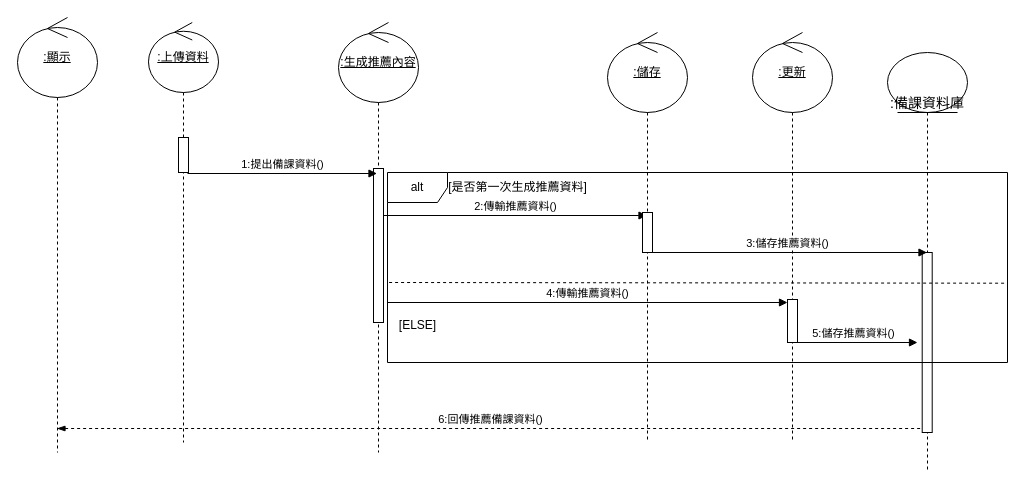
Above: page "老師身分" (1 of 2) of 循序圖(建議資料).drawio in Kevincheng0804/System-analysis (draw.io), before the change. Source tidied: cells renumbered, new cells numbered last; positions are measured from the earlier drawing's top-left corner, leaving out a move shared by most shapes. Both pictures are drawn from the tidied source at 100%, with x=0, y=0 at pixel (17, 17).
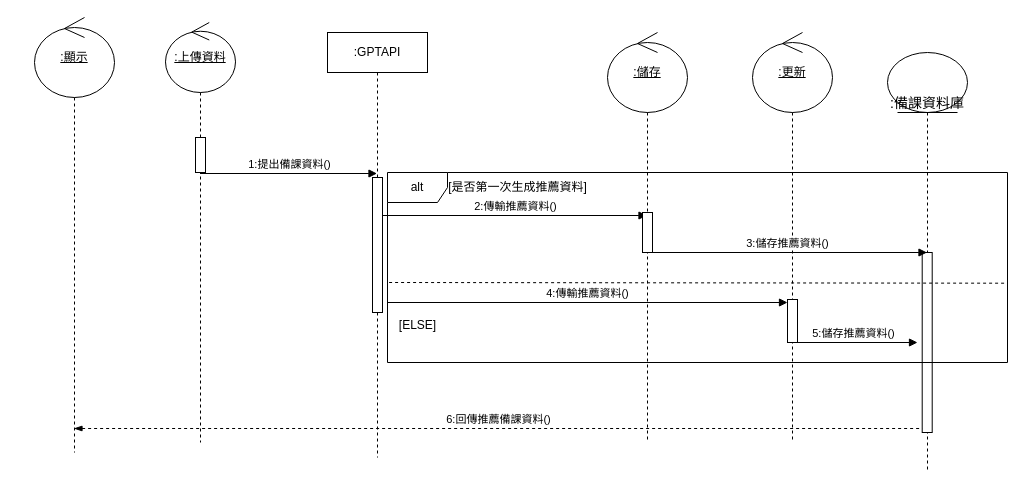
Above is the later version.

Change to the diagram source:
```diff
@@
     <mxCell id="2" value="&lt;u&gt;:上傳資料&lt;/u&gt;" style="shape=umlLifeline;perimeter=lifelinePerimeter;whiteSpace=wrap;html=1;outlineConnect=0;portConstraint=eastwest;newEdgeStyle={&quot;curved&quot;:0,&quot;rounded&quot;:0};participant=umlControl;size=70;" parent="1" vertex="1">
-      <mxGeometry x="131" y="5" width="70" height="420" as="geometry" />
+      <mxGeometry x="148" y="5" width="70" height="420" as="geometry" />
     </mxCell>
@@
-    <mxCell id="4" value="&lt;u&gt;:生成推薦內容&lt;/u&gt;" style="shape=umlLifeline;perimeter=lifelinePerimeter;whiteSpace=wrap;html=1;newEdgeStyle={&quot;curved&quot;:0,&quot;rounded&quot;:0};participant=umlControl;size=80;" parent="1" vertex="1">
-      <mxGeometry x="321" y="5" width="80" height="430" as="geometry" />
-    </mxCell>
-    <mxCell id="5" style="html=1;perimeter=orthogonalPerimeter;targetShapes=umlLifeline;newEdgeStyle={&quot;curved&quot;:0,&quot;rounded&quot;:0};" parent="4" vertex="1">
-      <mxGeometry x="35" y="146" width="10" height="154" as="geometry" />
-    </mxCell>
-    <mxCell id="6" value="1:提出備課資料()" style="html=1;verticalAlign=bottom;startArrow=none;startFill=0;endArrow=block;startSize=8;" parent="1" edge="1">
+    <mxCell id="6" value="1:提出備課資料()" style="html=1;verticalAlign=bottom;startArrow=none;startFill=0;endArrow=block;startSize=8;" parent="1" edge="1" source="2">
       <mxGeometry relative="1" as="geometry">
-        <mxPoint x="170" y="156" as="sourcePoint" />
         <mxPoint x="359.5" y="156" as="targetPoint" />
       </mxGeometry>
     </mxCell>
@@
     <mxCell id="20" value="&lt;u&gt;:顯示&lt;/u&gt;" style="shape=umlLifeline;perimeter=lifelinePerimeter;whiteSpace=wrap;html=1;outlineConnect=0;portConstraint=eastwest;newEdgeStyle={&quot;curved&quot;:0,&quot;rounded&quot;:0};participant=umlControl;size=80;" parent="1" vertex="1">
-      <mxGeometry width="80" height="435" as="geometry" />
+      <mxGeometry x="17" width="80" height="435" as="geometry" />
     </mxCell>
@@
+    <mxCell id="23" value=":GPTAPI" style="shape=umlLifeline;perimeter=lifelinePerimeter;whiteSpace=wrap;html=1;newEdgeStyle={&quot;curved&quot;:0,&quot;rounded&quot;:0};" parent="1" vertex="1">
+      <mxGeometry x="310" y="15" width="100" height="425" as="geometry" />
+    </mxCell>
+    <mxCell id="24" style="html=1;perimeter=orthogonalPerimeter;targetShapes=umlLifeline;newEdgeStyle={&quot;curved&quot;:0,&quot;rounded&quot;:0};" parent="23" vertex="1">
+      <mxGeometry x="45" y="145" width="10" height="135" as="geometry" />
+    </mxCell>
```
